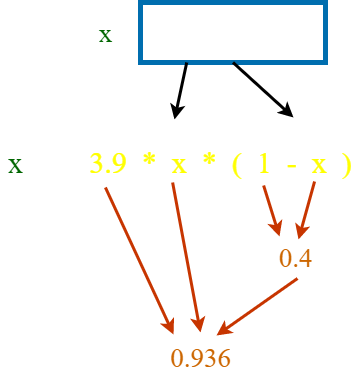
Above: Resources/Flowcharts/assignment.png in AlphaGhostUSMC/Py4e (draw.io), before the change. Source tidied: cells renumbered, new cells last; positions are measured from the earlier drawing's top-left corner, leaving out a move shared by most shapes.
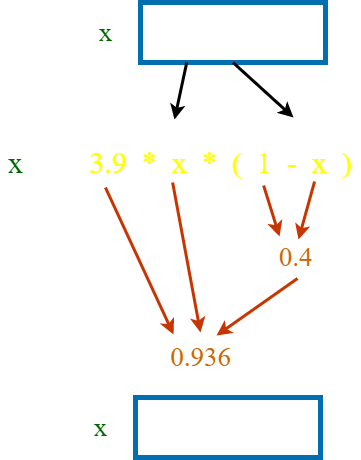
The same diagram one commit later.

What changed in the source:
```diff
@@ -50,5 +50,11 @@
     <mxCell id="17" style="endArrow=classic;html=1;fontFamily=Times New Roman;fontSize=27;fontColor=#CC6600;strokeWidth=3;exitX=0.54;exitY=1.025;exitDx=0;exitDy=0;exitPerimeter=0;entryX=0.7;entryY=-0.05;entryDx=0;entryDy=0;entryPerimeter=0;fillColor=#fa6800;strokeColor=#C73500;" parent="1" edge="1" source="11" target="12">
       <mxGeometry relative="1" as="geometry" />
     </mxCell>
+    <mxCell id="18" value="0.93" style="rounded=0;whiteSpace=wrap;html=1;fontFamily=Times New Roman;fontSize=20;fontColor=#ffffff;strokeWidth=5;fillColor=none;strokeColor=#006EAF;" parent="1" vertex="1">
+      <mxGeometry x="135" y="395" width="185" height="60" as="geometry" />
+    </mxCell>
+    <mxCell id="19" value="x" style="text;html=1;align=center;verticalAlign=middle;strokeColor=none;fillColor=none;fontFamily=Times New Roman;fontSize=27;fontColor=#006600;" parent="1" vertex="1">
+      <mxGeometry x="85" y="405" width="30" height="40" as="geometry" />
+    </mxCell>
   </root>
 </mxGraphModel>
```
